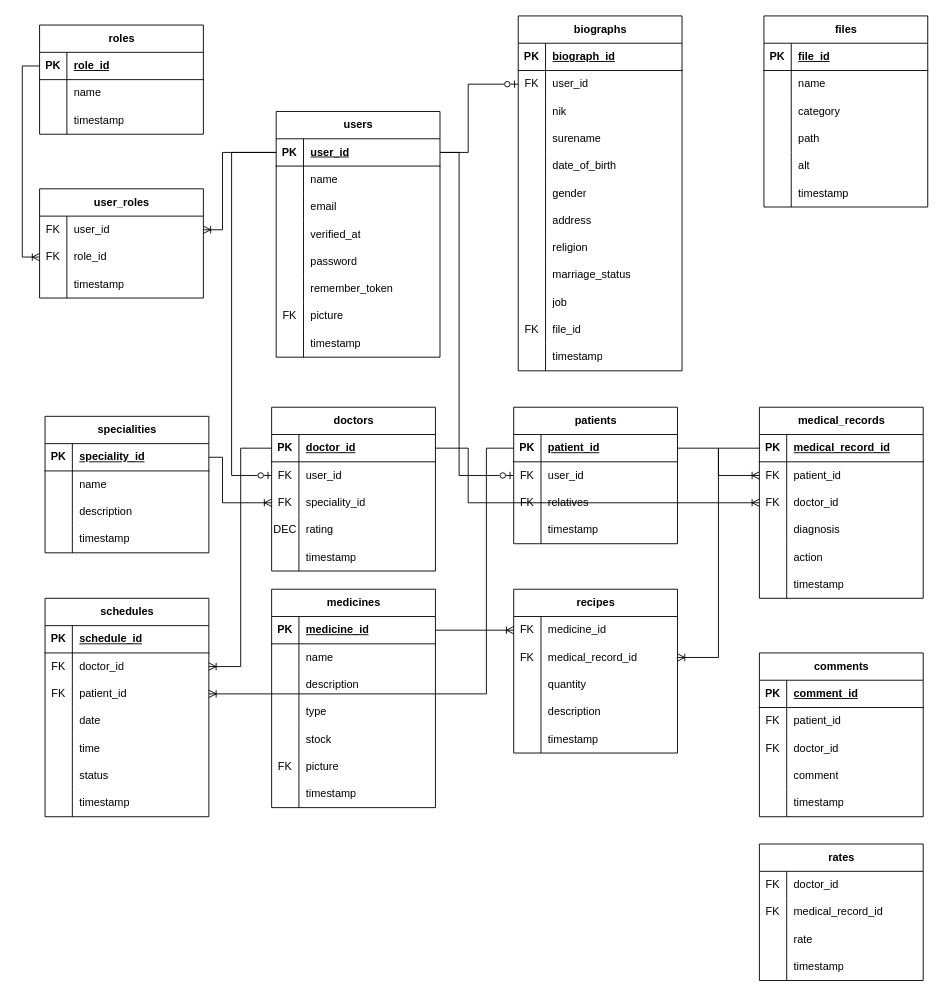
Above: Diagrams.drawio in Yousran/hospital-digitalization-system (draw.io), before the change. Source tidied: cells renumbered, new cells numbered last; positions are measured from the earlier drawing's top-left corner, leaving out a move shared by most shapes. Both pictures are drawn from the tidied source at 91%, with x=0, y=0 at pixel (22, 15).
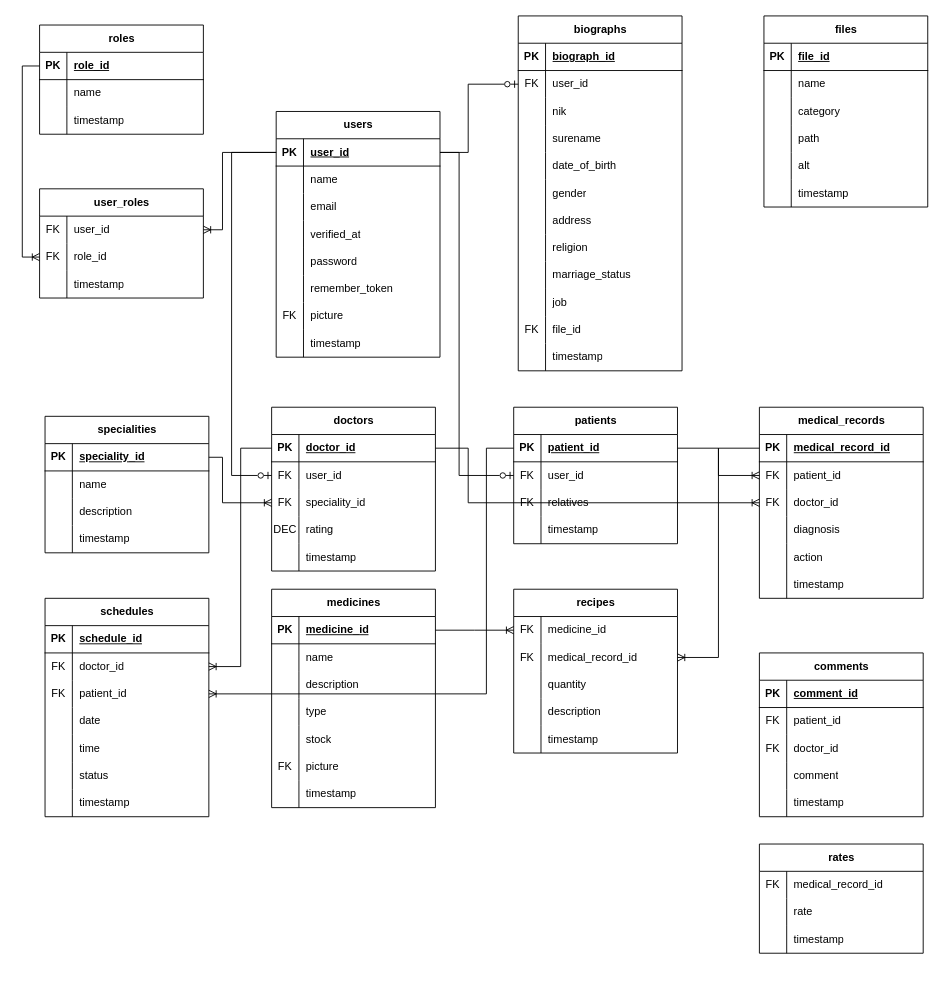
Above is the later version.

Commit message:
FIX: ERD/IED

Change to the diagram source:
```diff
@@
     <mxCell id="241" value="rates" style="shape=table;startSize=30;childLayout=tableLayout;rowLines=0;fontStyle=1;align=center;html=1;" parent="1" vertex="1">
-      <mxGeometry x="810" y="910" width="180" height="150" as="geometry" />
+      <mxGeometry x="810" y="910" width="180" height="120" as="geometry" />
     </mxCell>
-    <mxCell id="242" style="shape=tableRow;horizontal=0;startSize=0;swimlaneHead=0;swimlaneBody=0;fillColor=none;top=0;left=0;right=0;bottom=0;" parent="241" vertex="1">
-      <mxGeometry y="30" width="180" height="30" as="geometry" />
-    </mxCell>
-    <mxCell id="243" value="FK" style="shape=partialRectangle;fillColor=none;top=0;left=0;bottom=0;right=0;overflow=hidden;whiteSpace=wrap;html=1;" parent="242" vertex="1">
-      <mxGeometry width="30" height="30" as="geometry" />
-    </mxCell>
-    <mxCell id="244" value="doctor_id" style="shape=partialRectangle;fillColor=none;top=0;left=0;bottom=0;right=0;align=left;spacingLeft=6;overflow=hidden;whiteSpace=wrap;html=1;" parent="242" vertex="1">
-      <mxGeometry x="30" width="150" height="30" as="geometry" />
-    </mxCell>
     <mxCell id="245" style="shape=tableRow;horizontal=0;startSize=0;swimlaneHead=0;swimlaneBody=0;fillColor=none;top=0;left=0;right=0;bottom=0;" parent="241" vertex="1">
-      <mxGeometry y="60" width="180" height="30" as="geometry" />
+      <mxGeometry y="30" width="180" height="30" as="geometry" />
     </mxCell>
@@
     <mxCell id="248" style="shape=tableRow;horizontal=0;startSize=0;swimlaneHead=0;swimlaneBody=0;fillColor=none;top=0;left=0;right=0;bottom=0;" parent="241" vertex="1">
-      <mxGeometry y="90" width="180" height="30" as="geometry" />
+      <mxGeometry y="60" width="180" height="30" as="geometry" />
     </mxCell>
@@
     <mxCell id="251" style="shape=tableRow;horizontal=0;startSize=0;swimlaneHead=0;swimlaneBody=0;fillColor=none;top=0;left=0;right=0;bottom=0;" parent="241" vertex="1">
-      <mxGeometry y="120" width="180" height="30" as="geometry" />
+      <mxGeometry y="90" width="180" height="30" as="geometry" />
     </mxCell>
```
